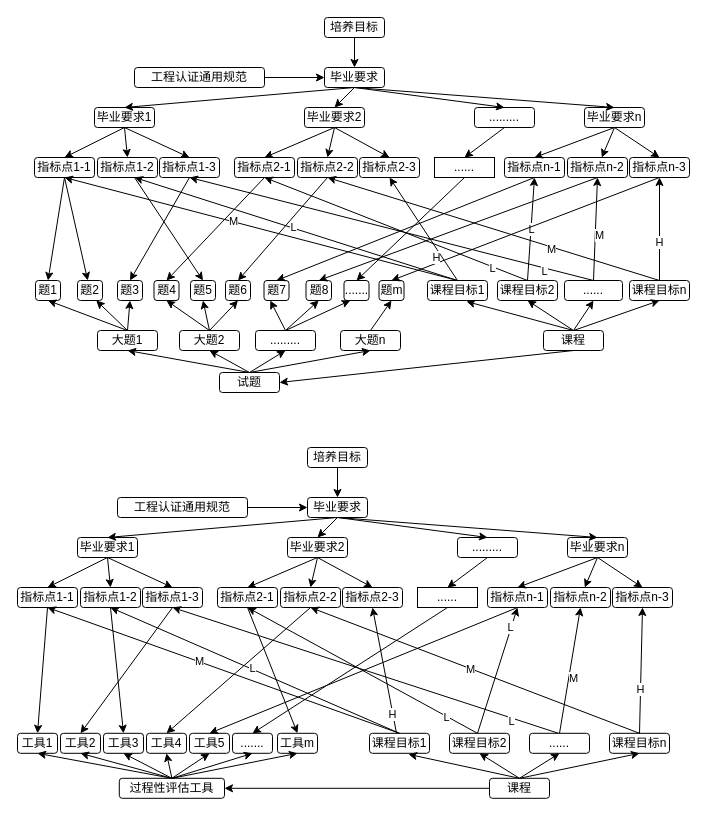
Above: Untitled Diagram.drawio in oliverwy/DhDesignpattern (draw.io), before the change. Source tidied: cells renumbered, new cells numbered last; positions are measured from the earlier drawing's top-left corner, leaving out a move shared by most shapes. Both pictures are drawn from the tidied source at 100%, with x=0, y=0 at pixel (17, 17).
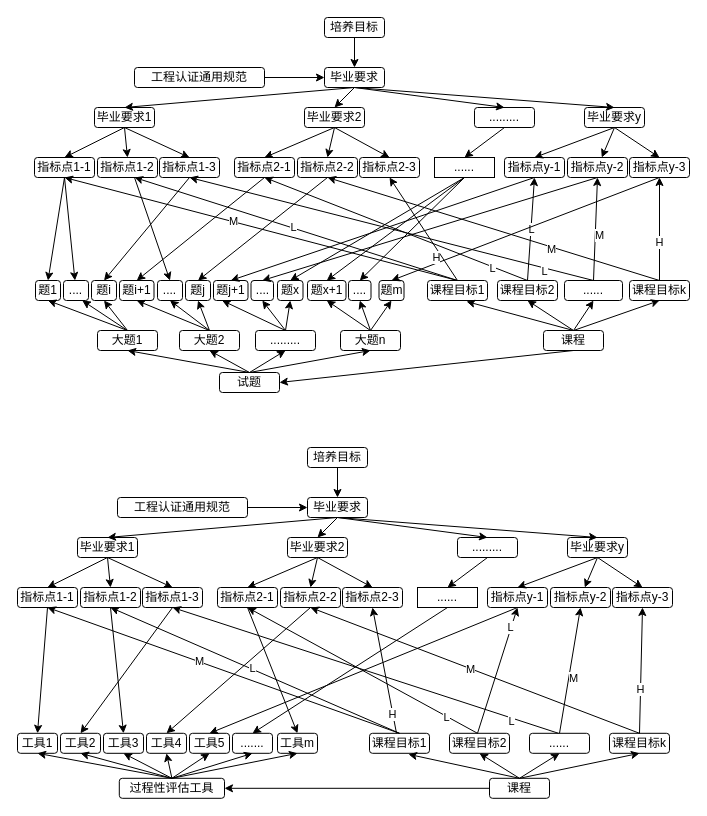
The same page after the edit.

The change refers to these unchanged cells:
```xml
<mxCell id="35" value="......" style="rounded=1;whiteSpace=wrap;html=1;align=center;arcSize=0;" parent="1" vertex="1">
  <mxGeometry x="417" y="140" width="60" height="20" as="geometry" />
</mxCell>
<mxCell id="59" value="........." style="rounded=1;whiteSpace=wrap;html=1;align=center;" parent="1" vertex="1">
  <mxGeometry x="238" y="313" width="60" height="20" as="geometry" />
</mxCell>
<mxCell id="60" value="大题n" style="rounded=1;whiteSpace=wrap;html=1;align=center;" parent="1" vertex="1">
  <mxGeometry x="323" y="313" width="60" height="20" as="geometry" />
</mxCell>
```

The edit, as a diff of the source:
```diff
@@
-    <mxCell id="7" value="毕业要求n" style="rounded=1;whiteSpace=wrap;html=1;align=center;" parent="1" vertex="1">
+    <mxCell id="7" value="毕业要求y" style="rounded=1;whiteSpace=wrap;html=1;align=center;" parent="1" vertex="1">
       <mxGeometry x="567" y="90" width="60" height="20" as="geometry" />
     </mxCell>
@@
-    <mxCell id="15" value="指标点n-1" style="rounded=1;whiteSpace=wrap;html=1;align=center;" parent="1" vertex="1">
+    <mxCell id="15" value="指标点y-1" style="rounded=1;whiteSpace=wrap;html=1;align=center;" parent="1" vertex="1">
       <mxGeometry x="487" y="140" width="60" height="20" as="geometry" />
     </mxCell>
-    <mxCell id="16" value="指标点n-2" style="rounded=1;whiteSpace=wrap;html=1;align=center;" parent="1" vertex="1">
+    <mxCell id="16" value="指标点y-2" style="rounded=1;whiteSpace=wrap;html=1;align=center;" parent="1" vertex="1">
       <mxGeometry x="550" y="140" width="60" height="20" as="geometry" />
     </mxCell>
-    <mxCell id="17" value="指标点n-3" style="rounded=1;whiteSpace=wrap;html=1;align=center;" parent="1" vertex="1">
+    <mxCell id="17" value="指标点y-3" style="rounded=1;whiteSpace=wrap;html=1;align=center;" parent="1" vertex="1">
       <mxGeometry x="612" y="140" width="60" height="20" as="geometry" />
     </mxCell>
@@
-    <mxCell id="22" value="课程目标n" style="rounded=1;whiteSpace=wrap;html=1;align=center;" parent="1" vertex="1">
+    <mxCell id="22" value="课程目标k" style="rounded=1;whiteSpace=wrap;html=1;align=center;" parent="1" vertex="1">
       <mxGeometry x="612" y="263" width="60" height="20" as="geometry" />
     </mxCell>
@@
-    <mxCell id="62" value="题2" style="rounded=1;whiteSpace=wrap;html=1;align=center;" parent="1" vertex="1">
-      <mxGeometry x="60" y="263" width="25" height="20" as="geometry" />
+    <mxCell id="62" value="...." style="rounded=1;whiteSpace=wrap;html=1;align=center;" parent="1" vertex="1">
+      <mxGeometry x="46" y="263" width="25" height="20" as="geometry" />
     </mxCell>
-    <mxCell id="63" value="题3" style="rounded=1;whiteSpace=wrap;html=1;align=center;" parent="1" vertex="1">
-      <mxGeometry x="100" y="263" width="25" height="20" as="geometry" />
+    <mxCell id="63" value="题i" style="rounded=1;whiteSpace=wrap;html=1;align=center;" parent="1" vertex="1">
+      <mxGeometry x="74" y="263" width="25" height="20" as="geometry" />
     </mxCell>
-    <mxCell id="64" value="题4" style="rounded=1;whiteSpace=wrap;html=1;align=center;" parent="1" vertex="1">
-      <mxGeometry x="136.5" y="263" width="25" height="20" as="geometry" />
+    <mxCell id="64" value="题i+1" style="rounded=1;whiteSpace=wrap;html=1;align=center;" parent="1" vertex="1">
+      <mxGeometry x="102" y="263" width="34.5" height="20" as="geometry" />
     </mxCell>
-    <mxCell id="65" value="题5" style="rounded=1;whiteSpace=wrap;html=1;align=center;" parent="1" vertex="1">
-      <mxGeometry x="173" y="263" width="25" height="20" as="geometry" />
+    <mxCell id="65" value="...." style="rounded=1;whiteSpace=wrap;html=1;align=center;" parent="1" vertex="1">
+      <mxGeometry x="140" y="263" width="25" height="20" as="geometry" />
     </mxCell>
-    <mxCell id="66" value="题6" style="rounded=1;whiteSpace=wrap;html=1;align=center;" parent="1" vertex="1">
-      <mxGeometry x="208" y="263" width="25" height="20" as="geometry" />
+    <mxCell id="66" value="题j" style="rounded=1;whiteSpace=wrap;html=1;align=center;" parent="1" vertex="1">
+      <mxGeometry x="168" y="263" width="25" height="20" as="geometry" />
     </mxCell>
-    <mxCell id="67" value="题7" style="rounded=1;whiteSpace=wrap;html=1;align=center;" parent="1" vertex="1">
-      <mxGeometry x="246.5" y="263" width="25" height="20" as="geometry" />
+    <mxCell id="67" value="题j+1" style="rounded=1;whiteSpace=wrap;html=1;align=center;" parent="1" vertex="1">
+      <mxGeometry x="196" y="263" width="34.5" height="20" as="geometry" />
     </mxCell>
-    <mxCell id="68" value="题8" style="rounded=1;whiteSpace=wrap;html=1;align=center;" parent="1" vertex="1">
-      <mxGeometry x="288.5" y="263" width="25.5" height="20" as="geometry" />
+    <mxCell id="68" value="...." style="rounded=1;whiteSpace=wrap;html=1;align=center;" parent="1" vertex="1">
+      <mxGeometry x="233.5" y="263" width="22.5" height="20" as="geometry" />
     </mxCell>
@@
-    <mxCell id="70" value="......." style="rounded=1;whiteSpace=wrap;html=1;align=center;" parent="1" vertex="1">
-      <mxGeometry x="326.5" y="263" width="25" height="20" as="geometry" />
+    <mxCell id="70" value="题x+1" style="rounded=1;whiteSpace=wrap;html=1;align=center;" parent="1" vertex="1">
+      <mxGeometry x="290" y="263" width="38.5" height="20" as="geometry" />
     </mxCell>
@@
-    <mxCell id="94" style="endArrow=classic;html=1;rounded=0;exitX=0.5;exitY=0;exitDx=0;exitDy=0;entryX=0.25;entryY=1;entryDx=0;entryDy=0;" parent="1" edge="1" source="59" target="70">
+    <mxCell id="94" style="endArrow=classic;html=1;rounded=0;exitX=0.5;exitY=0;exitDx=0;exitDy=0;entryX=0.5;entryY=1;entryDx=0;entryDy=0;" parent="1" edge="1" source="59" target="185">
       <mxGeometry relative="1" as="geometry" />
     </mxCell>
@@
-    <mxCell id="107" value="毕业要求n" style="rounded=1;whiteSpace=wrap;html=1;align=center;" parent="1" vertex="1">
+    <mxCell id="107" value="毕业要求y" style="rounded=1;whiteSpace=wrap;html=1;align=center;" parent="1" vertex="1">
       <mxGeometry x="550" y="520" width="60" height="20" as="geometry" />
     </mxCell>
@@
-    <mxCell id="115" value="指标点n-1" style="rounded=1;whiteSpace=wrap;html=1;align=center;" parent="1" vertex="1">
+    <mxCell id="115" value="指标点y-1" style="rounded=1;whiteSpace=wrap;html=1;align=center;" parent="1" vertex="1">
       <mxGeometry x="470" y="570" width="60" height="20" as="geometry" />
     </mxCell>
-    <mxCell id="116" value="指标点n-2" style="rounded=1;whiteSpace=wrap;html=1;align=center;" parent="1" vertex="1">
+    <mxCell id="116" value="指标点y-2" style="rounded=1;whiteSpace=wrap;html=1;align=center;" parent="1" vertex="1">
       <mxGeometry x="533" y="570" width="60" height="20" as="geometry" />
     </mxCell>
-    <mxCell id="117" value="指标点n-3" style="rounded=1;whiteSpace=wrap;html=1;align=center;" parent="1" vertex="1">
+    <mxCell id="117" value="指标点y-3" style="rounded=1;whiteSpace=wrap;html=1;align=center;" parent="1" vertex="1">
       <mxGeometry x="595" y="570" width="60" height="20" as="geometry" />
     </mxCell>
@@
-    <mxCell id="139" value="课程目标n" style="rounded=1;whiteSpace=wrap;html=1;align=center;" parent="1" vertex="1">
+    <mxCell id="139" value="课程目标k" style="rounded=1;whiteSpace=wrap;html=1;align=center;" parent="1" vertex="1">
       <mxGeometry x="592" y="715.8" width="60" height="20" as="geometry" />
     </mxCell>
@@
+    <mxCell id="185" value="题x" style="rounded=1;whiteSpace=wrap;html=1;align=center;" parent="1" vertex="1">
+      <mxGeometry x="260" y="263" width="25.5" height="20" as="geometry" />
+    </mxCell>
+    <mxCell id="186" value="...." style="rounded=1;whiteSpace=wrap;html=1;align=center;direction=west;" parent="1" vertex="1">
+      <mxGeometry x="331" y="263" width="22.5" height="20" as="geometry" />
+    </mxCell>
+    <mxCell id="187" style="endArrow=classic;html=1;rounded=0;exitX=0.5;exitY=1;exitDx=0;exitDy=0;entryX=0.5;entryY=0;entryDx=0;entryDy=0;" parent="1" edge="1" source="35" target="185">
+      <mxGeometry relative="1" as="geometry" />
+    </mxCell>
+    <mxCell id="188" style="endArrow=classic;html=1;rounded=0;exitX=0.5;exitY=1;exitDx=0;exitDy=0;entryX=0.5;entryY=1;entryDx=0;entryDy=0;" parent="1" edge="1" source="35" target="186">
+      <mxGeometry relative="1" as="geometry" />
+    </mxCell>
+    <mxCell id="189" style="endArrow=classic;html=1;rounded=0;exitX=0.5;exitY=0;exitDx=0;exitDy=0;entryX=0.5;entryY=0;entryDx=0;entryDy=0;" parent="1" edge="1" source="60" target="186">
+      <mxGeometry relative="1" as="geometry" />
+    </mxCell>
+    <mxCell id="190" style="endArrow=classic;html=1;rounded=0;exitX=0.5;exitY=0;exitDx=0;exitDy=0;entryX=0.5;entryY=1;entryDx=0;entryDy=0;" parent="1" edge="1" source="60" target="70">
+      <mxGeometry relative="1" as="geometry" />
+    </mxCell>
```
